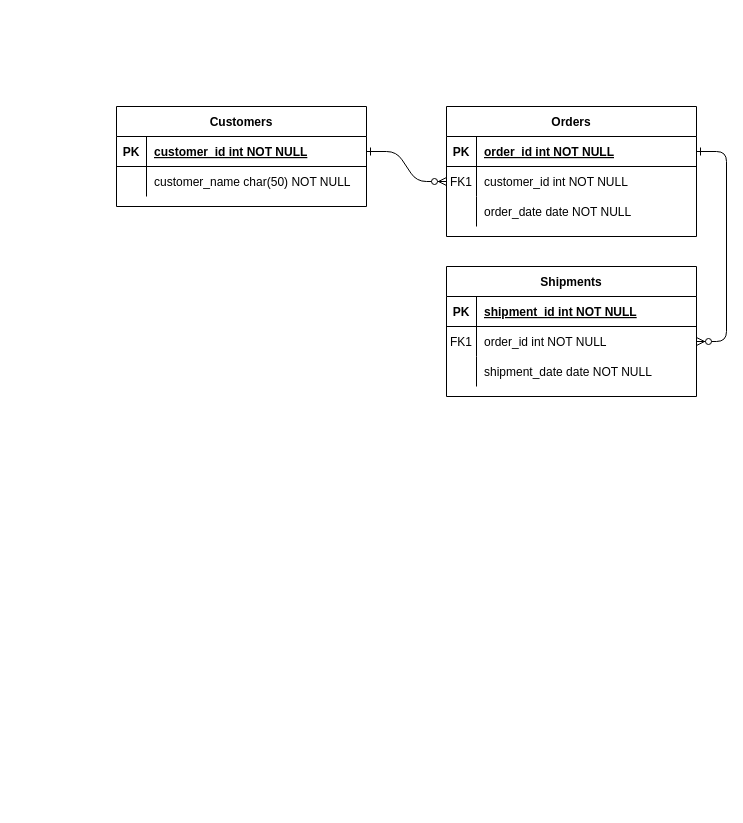
This is P33201/s291193/Lab3/Untitled Diagram.drawio from sporrrtik/DataBases_22-23, a draw.io file, before an edit. Source tidied: cells renumbered, new cells numbered last; positions are measured from the earlier drawing's top-left corner, leaving out a move shared by most shapes. Both pictures are drawn from the tidied source at 100%, with x=0, y=0 at pixel (116, 106).
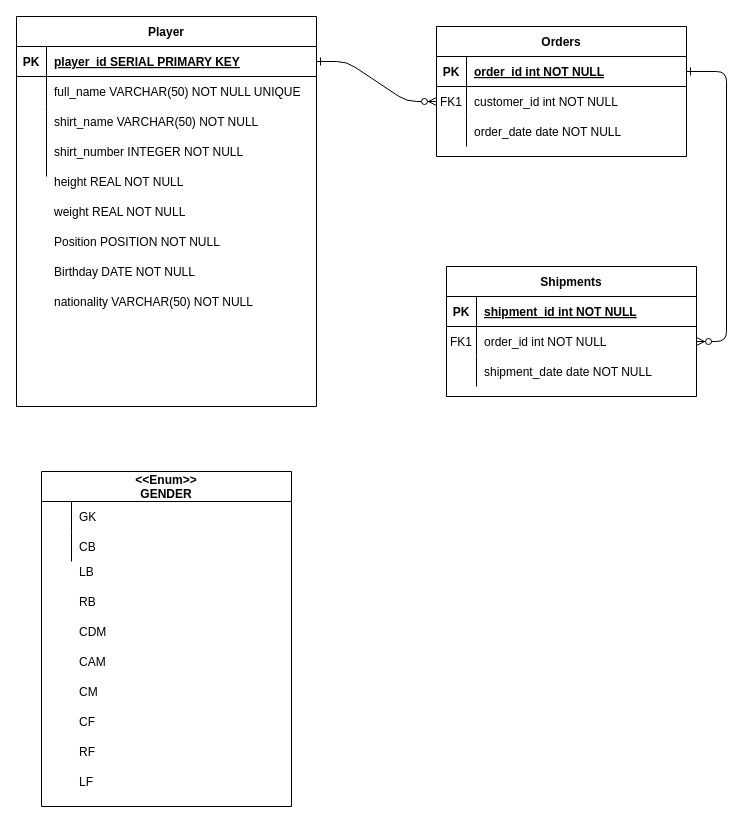
After the change.

Change to the diagram source:
```diff
@@
     <mxCell id="4" value="Orders" style="shape=table;startSize=30;childLayout=tableLayout;rowLines=0;fontStyle=1;align=center;" parent="1" vertex="1">
-      <mxGeometry x="330" width="250" height="130" as="geometry" />
+      <mxGeometry x="320" y="-80" width="250" height="130" as="geometry" />
     </mxCell>
@@
-    <mxCell id="24" value="Customers" style="shape=table;startSize=30;childLayout=tableLayout;rowLines=0;fontStyle=1;align=center;" parent="1" vertex="1">
-      <mxGeometry width="250" height="100" as="geometry" />
+    <mxCell id="24" value="Player" style="shape=table;startSize=30;childLayout=tableLayout;rowLines=0;fontStyle=1;align=center;" parent="1" vertex="1">
+      <mxGeometry x="-100" y="-90" width="300" height="390" as="geometry" />
     </mxCell>
     <mxCell id="25" style="shape=partialRectangle;fillColor=none;points=[[0,0.5],[1,0.5]];portConstraint=eastwest;top=0;left=0;right=0;bottom=1;" parent="24" vertex="1">
-      <mxGeometry y="30" width="250" height="30" as="geometry" />
+      <mxGeometry y="30" width="300" height="30" as="geometry" />
     </mxCell>
@@
-    <mxCell id="27" value="customer_id int NOT NULL " style="shape=partialRectangle;overflow=hidden;fillColor=none;top=0;left=0;bottom=0;right=0;align=left;spacingLeft=6;fontStyle=5;" parent="25" vertex="1">
-      <mxGeometry x="30" width="220" height="30" as="geometry" />
+    <mxCell id="27" value="player_id SERIAL PRIMARY KEY" style="shape=partialRectangle;overflow=hidden;fillColor=none;top=0;left=0;bottom=0;right=0;align=left;spacingLeft=6;fontStyle=5;" parent="25" vertex="1">
+      <mxGeometry x="30" width="270" height="30" as="geometry" />
     </mxCell>
     <mxCell id="28" style="shape=partialRectangle;fillColor=none;top=0;left=0;right=0;bottom=0;" parent="24" vertex="1">
-      <mxGeometry y="60" width="250" height="30" as="geometry" />
+      <mxGeometry y="60" width="300" height="30" as="geometry" />
     </mxCell>
@@
-    <mxCell id="30" value="customer_name char(50) NOT NULL" style="shape=partialRectangle;overflow=hidden;fillColor=none;top=0;left=0;bottom=0;right=0;align=left;spacingLeft=6;" parent="28" vertex="1">
-      <mxGeometry x="30" width="220" height="30" as="geometry" />
+    <mxCell id="30" value="full_name VARCHAR(50) NOT NULL UNIQUE" style="shape=partialRectangle;overflow=hidden;fillColor=none;top=0;left=0;bottom=0;right=0;align=left;spacingLeft=6;" parent="28" vertex="1">
+      <mxGeometry x="30" width="270" height="30" as="geometry" />
     </mxCell>
+    <mxCell id="31" value="shirt_name VARCHAR(50) NOT NULL" style="shape=partialRectangle;overflow=hidden;fillColor=none;top=0;left=0;bottom=0;right=0;align=left;spacingLeft=6;" parent="1" vertex="1">
+      <mxGeometry x="-70" width="220" height="30" as="geometry" />
+    </mxCell>
+    <mxCell id="32" style="endArrow=none;html=1;rounded=0;" parent="1" edge="1">
+      <mxGeometry relative="1" as="geometry">
+        <mxPoint x="-70" as="sourcePoint" />
+        <mxPoint x="-70" y="70" as="targetPoint" />
+      </mxGeometry>
+    </mxCell>
+    <mxCell id="33" value="shirt_number INTEGER NOT NULL" style="shape=partialRectangle;overflow=hidden;fillColor=none;top=0;left=0;bottom=0;right=0;align=left;spacingLeft=6;" parent="1" vertex="1">
+      <mxGeometry x="-70" y="30" width="220" height="30" as="geometry" />
+    </mxCell>
+    <mxCell id="34" value="height REAL NOT NULL" style="shape=partialRectangle;overflow=hidden;fillColor=none;top=0;left=0;bottom=0;right=0;align=left;spacingLeft=6;" parent="1" vertex="1">
+      <mxGeometry x="-70" y="60" width="220" height="30" as="geometry" />
+    </mxCell>
+    <mxCell id="35" value="weight REAL NOT NULL" style="shape=partialRectangle;overflow=hidden;fillColor=none;top=0;left=0;bottom=0;right=0;align=left;spacingLeft=6;" parent="1" vertex="1">
+      <mxGeometry x="-70" y="90" width="220" height="30" as="geometry" />
+    </mxCell>
+    <mxCell id="36" value="Position POSITION NOT NULL" style="shape=partialRectangle;overflow=hidden;fillColor=none;top=0;left=0;bottom=0;right=0;align=left;spacingLeft=6;" parent="1" vertex="1">
+      <mxGeometry x="-70" y="120" width="220" height="30" as="geometry" />
+    </mxCell>
+    <mxCell id="37" value="Birthday DATE NOT NULL" style="shape=partialRectangle;overflow=hidden;fillColor=none;top=0;left=0;bottom=0;right=0;align=left;spacingLeft=6;" parent="1" vertex="1">
+      <mxGeometry x="-70" y="150" width="220" height="30" as="geometry" />
+    </mxCell>
+    <mxCell id="38" value="nationality VARCHAR(50) NOT NULL" style="shape=partialRectangle;overflow=hidden;fillColor=none;top=0;left=0;bottom=0;right=0;align=left;spacingLeft=6;" parent="1" vertex="1">
+      <mxGeometry x="-70" y="180" width="220" height="30" as="geometry" />
+    </mxCell>
+    <mxCell id="39" value="&lt;&lt;Enum&gt;&gt;&#10;GENDER" style="shape=table;startSize=30;childLayout=tableLayout;rowLines=0;fontStyle=1;align=center;" parent="1" vertex="1">
+      <mxGeometry x="-75" y="365" width="250" height="335" as="geometry" />
+    </mxCell>
+    <mxCell id="40" style="shape=partialRectangle;fillColor=none;top=0;left=0;right=0;bottom=0;" parent="39" vertex="1">
+      <mxGeometry y="30" width="250" height="30" as="geometry" />
+    </mxCell>
+    <mxCell id="41" style="shape=partialRectangle;overflow=hidden;fillColor=none;top=0;left=0;bottom=0;right=0;" parent="40" vertex="1">
+      <mxGeometry width="30" height="30" as="geometry" />
+    </mxCell>
+    <mxCell id="42" value="GK" style="shape=partialRectangle;overflow=hidden;fillColor=none;top=0;left=0;bottom=0;right=0;align=left;spacingLeft=6;" parent="40" vertex="1">
+      <mxGeometry x="30" width="220" height="30" as="geometry" />
+    </mxCell>
+    <mxCell id="43" style="shape=partialRectangle;fillColor=none;top=0;left=0;right=0;bottom=0;" parent="39" vertex="1">
+      <mxGeometry y="60" width="250" height="30" as="geometry" />
+    </mxCell>
+    <mxCell id="44" style="shape=partialRectangle;overflow=hidden;fillColor=none;top=0;left=0;bottom=0;right=0;" parent="43" vertex="1">
+      <mxGeometry width="30" height="30" as="geometry" />
+    </mxCell>
+    <mxCell id="45" value="CB" style="shape=partialRectangle;overflow=hidden;fillColor=none;top=0;left=0;bottom=0;right=0;align=left;spacingLeft=6;" parent="43" vertex="1">
+      <mxGeometry x="30" width="220" height="30" as="geometry" />
+    </mxCell>
+    <mxCell id="46" value="LB" style="shape=partialRectangle;overflow=hidden;fillColor=none;top=0;left=0;bottom=0;right=0;align=left;spacingLeft=6;" parent="1" vertex="1">
+      <mxGeometry x="-45" y="450" width="220" height="30" as="geometry" />
+    </mxCell>
+    <mxCell id="47" value="RB" style="shape=partialRectangle;overflow=hidden;fillColor=none;top=0;left=0;bottom=0;right=0;align=left;spacingLeft=6;" parent="1" vertex="1">
+      <mxGeometry x="-45" y="480" width="220" height="30" as="geometry" />
+    </mxCell>
+    <mxCell id="48" value="CDM" style="shape=partialRectangle;overflow=hidden;fillColor=none;top=0;left=0;bottom=0;right=0;align=left;spacingLeft=6;" parent="1" vertex="1">
+      <mxGeometry x="-45" y="510" width="220" height="30" as="geometry" />
+    </mxCell>
+    <mxCell id="49" value="CAM" style="shape=partialRectangle;overflow=hidden;fillColor=none;top=0;left=0;bottom=0;right=0;align=left;spacingLeft=6;" parent="1" vertex="1">
+      <mxGeometry x="-45" y="540" width="220" height="30" as="geometry" />
+    </mxCell>
+    <mxCell id="50" value="CM" style="shape=partialRectangle;overflow=hidden;fillColor=none;top=0;left=0;bottom=0;right=0;align=left;spacingLeft=6;" parent="1" vertex="1">
+      <mxGeometry x="-45" y="570" width="220" height="30" as="geometry" />
+    </mxCell>
+    <mxCell id="51" value="CF" style="shape=partialRectangle;overflow=hidden;fillColor=none;top=0;left=0;bottom=0;right=0;align=left;spacingLeft=6;" parent="1" vertex="1">
+      <mxGeometry x="-45" y="600" width="220" height="30" as="geometry" />
+    </mxCell>
+    <mxCell id="52" value="RF" style="shape=partialRectangle;overflow=hidden;fillColor=none;top=0;left=0;bottom=0;right=0;align=left;spacingLeft=6;" parent="1" vertex="1">
+      <mxGeometry x="-45" y="630" width="220" height="30" as="geometry" />
+    </mxCell>
+    <mxCell id="53" value="LF" style="shape=partialRectangle;overflow=hidden;fillColor=none;top=0;left=0;bottom=0;right=0;align=left;spacingLeft=6;" parent="1" vertex="1">
+      <mxGeometry x="-45" y="660" width="220" height="30" as="geometry" />
+    </mxCell>
```
